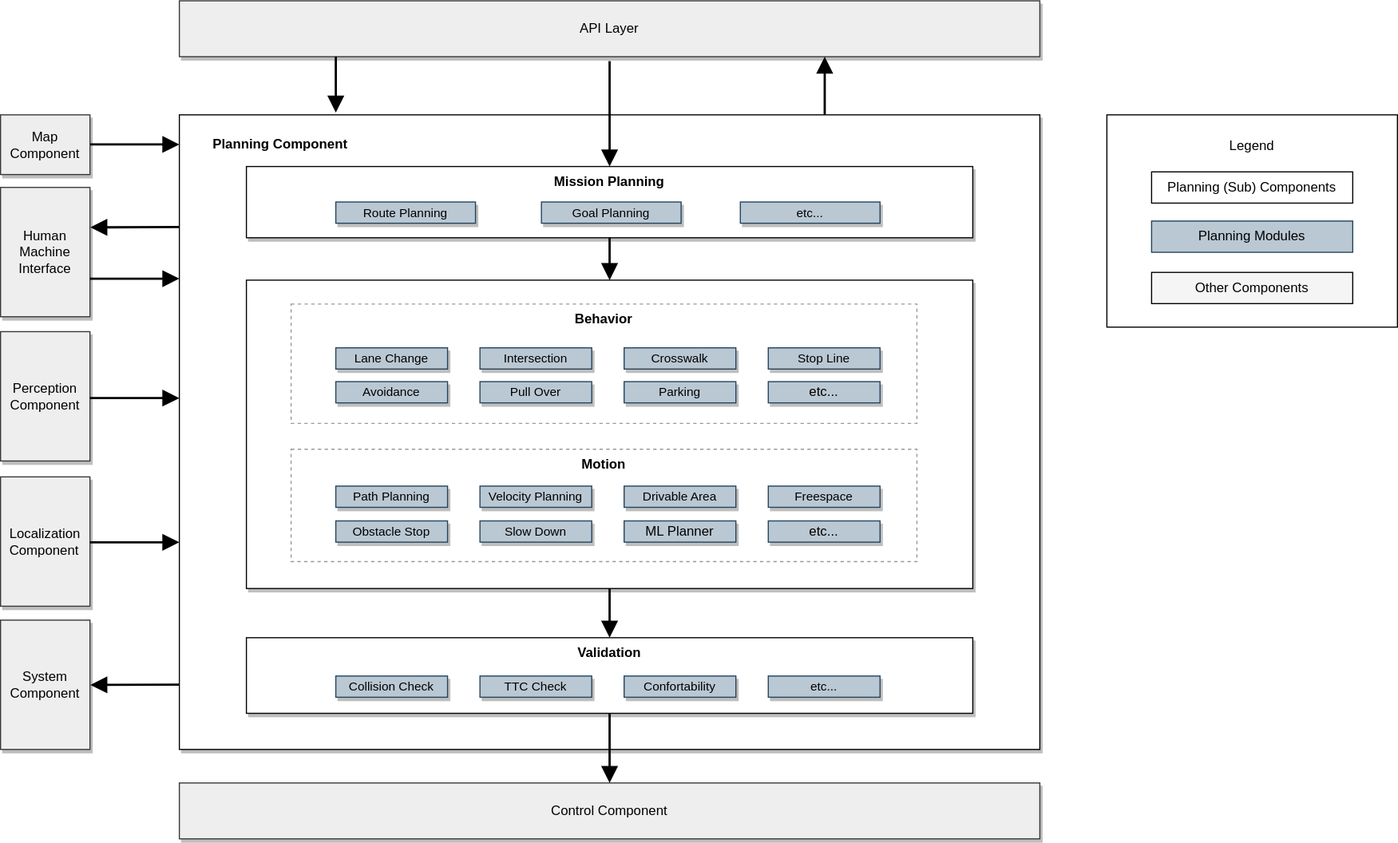
Earlier version of the draw.io export docs/design/autoware-architecture/planning/image/high-level-planning-diagram-miyake-reviewed.drawio.svg (autowarefoundation/autoware-documentation). Source tidied: cells renumbered, new cells last; positions are measured from the earlier drawing's top-left corner, leaving out a move shared by most shapes.
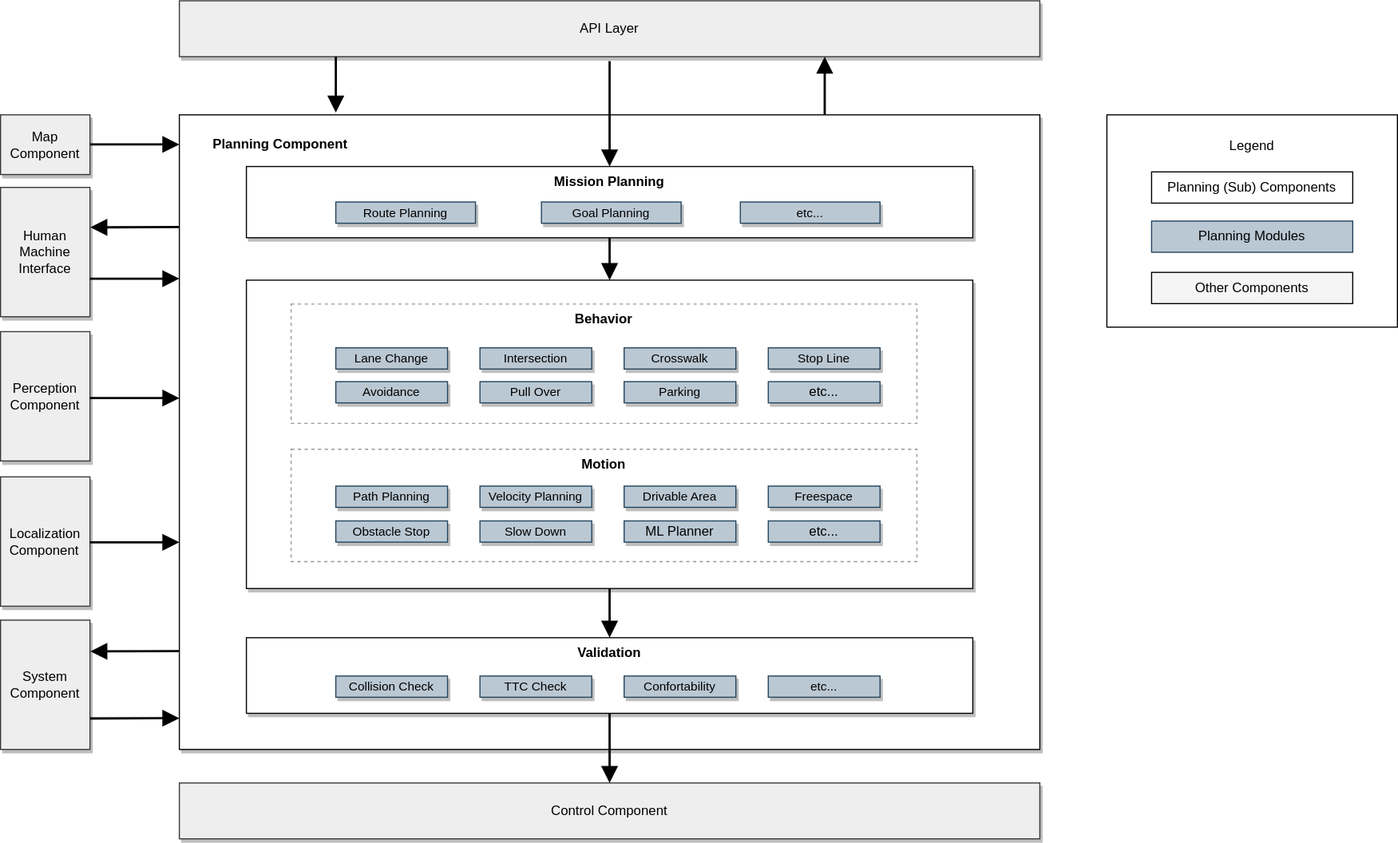
Above is the later version.

What changed in the source:
```diff
@@ -125,10 +125,10 @@
         <mxPoint x="160" y="382.6" as="targetPoint" />
       </mxGeometry>
     </mxCell>
-    <mxCell id="37" style="rounded=0;sketch=0;orthogonalLoop=1;jettySize=auto;html=1;entryX=0;entryY=0.169;entryDx=0;entryDy=0;entryPerimeter=0;shadow=0;labelBackgroundColor=none;strokeWidth=2;endArrow=none;endFill=0;startSize=10;endSize=10;sourcePerimeterSpacing=4;targetPerimeterSpacing=4;exitX=1.004;exitY=0.232;exitDx=0;exitDy=0;startArrow=block;startFill=1;exitPerimeter=0;" parent="10" edge="1">
+    <mxCell id="37" style="rounded=0;sketch=0;orthogonalLoop=1;jettySize=auto;html=1;entryX=0;entryY=0.169;entryDx=0;entryDy=0;entryPerimeter=0;shadow=0;labelBackgroundColor=none;strokeWidth=2;endArrow=block;endFill=1;startSize=10;endSize=10;sourcePerimeterSpacing=4;targetPerimeterSpacing=4;exitX=1.004;exitY=0.232;exitDx=0;exitDy=0;startArrow=none;startFill=0;exitPerimeter=0;" parent="10" edge="1">
       <mxGeometry relative="1" as="geometry">
-        <mxPoint x="80.3" y="510.2" as="sourcePoint" />
-        <mxPoint x="160" y="510" as="targetPoint" />
+        <mxPoint x="80.3" y="540.2" as="sourcePoint" />
+        <mxPoint x="160" y="540" as="targetPoint" />
       </mxGeometry>
     </mxCell>
     <mxCell id="38" value="&lt;div style=&quot;font-size: 11px;&quot;&gt;Route Planning&lt;/div&gt;" style="rounded=1;whiteSpace=wrap;html=1;comic=0;shadow=1;arcSize=0;labelBackgroundColor=none;align=center;fontSize=11;fillColor=#bac8d3;strokeColor=#23445d;" parent="10" vertex="1">
@@ -185,5 +185,11 @@
     <mxCell id="55" style="edgeStyle=orthogonalEdgeStyle;rounded=0;sketch=0;jettySize=auto;html=1;entryX=0.5;entryY=0;entryDx=0;entryDy=0;shadow=0;labelBackgroundColor=none;strokeWidth=2;endArrow=block;endFill=1;startSize=10;endSize=10;sourcePerimeterSpacing=4;targetPerimeterSpacing=4;" parent="1" edge="1" source="3" target="17">
       <mxGeometry relative="1" as="geometry" />
     </mxCell>
+    <mxCell id="56" style="rounded=0;sketch=0;orthogonalLoop=1;jettySize=auto;html=1;entryX=0;entryY=0.169;entryDx=0;entryDy=0;entryPerimeter=0;shadow=0;labelBackgroundColor=none;strokeWidth=2;endArrow=none;endFill=0;startSize=10;endSize=10;sourcePerimeterSpacing=4;targetPerimeterSpacing=4;exitX=1.004;exitY=0.232;exitDx=0;exitDy=0;startArrow=block;startFill=1;exitPerimeter=0;" parent="1" edge="1">
+      <mxGeometry relative="1" as="geometry">
+        <mxPoint x="80.3" y="582.3" as="sourcePoint" />
+        <mxPoint x="160" y="582" as="targetPoint" />
+      </mxGeometry>
+    </mxCell>
   </root>
 </mxGraphModel>
```
